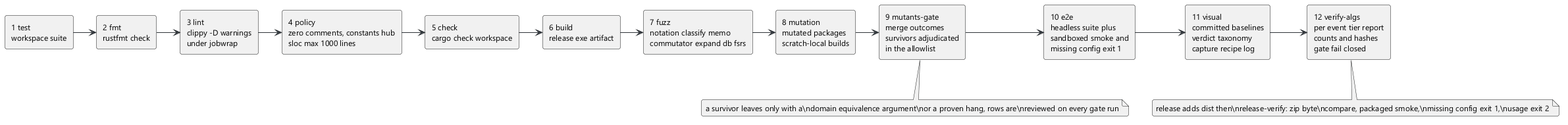
Above: docs/diagrams/10-verification-chain.png in lavantien/blind-trainer (PlantUML), before the change.
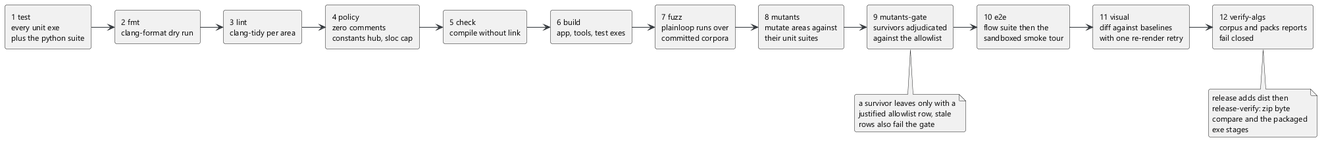
After the change.

The edit, as a diff of the source:
```diff
@@ -5,18 +5,18 @@
 skinparam roundCorner 6
 skinparam ArrowColor #2f3439
 skinparam NoteBackgroundColor #f4f5f6
-rectangle "1 test\nworkspace suite" as s1
-rectangle "2 fmt\nrustfmt check" as s2
-rectangle "3 lint\nclippy -D warnings\nunder jobwrap" as s3
-rectangle "4 policy\nzero comments, constants hub\nsloc max 1000 lines" as s4
-rectangle "5 check\ncargo check workspace" as s5
-rectangle "6 build\nrelease exe artifact" as s6
-rectangle "7 fuzz\nnotation classify memo\ncommutator expand db fsrs" as s7
-rectangle "8 mutation\nmutated packages\nscratch-local builds" as s8
-rectangle "9 mutants-gate\nmerge outcomes\nsurvivors adjudicated\nin the allowlist" as s9
-rectangle "10 e2e\nheadless suite plus\nsandboxed smoke and\nmissing config exit 1" as s10
-rectangle "11 visual\ncommitted baselines\nverdict taxonomy\ncapture recipe log" as s11
-rectangle "12 verify-algs\nper event tier report\ncounts and hashes\ngate fail closed" as s12
+rectangle "1 test\nevery unit exe\nplus the python suite" as s1
+rectangle "2 fmt\nclang-format dry run" as s2
+rectangle "3 lint\nclang-tidy per area" as s3
+rectangle "4 policy\nzero comments\nconstants hub, sloc cap" as s4
+rectangle "5 check\ncompile without link" as s5
+rectangle "6 build\napp, tools, test exes" as s6
+rectangle "7 fuzz\nplainloop runs over\ncommitted corpora" as s7
+rectangle "8 mutants\nmutate areas against\ntheir unit suites" as s8
+rectangle "9 mutants-gate\nsurvivors adjudicated\nagainst the allowlist" as s9
+rectangle "10 e2e\nflow suite then the\nsandboxed smoke tour" as s10
+rectangle "11 visual\ndiff against baselines\nwith one re-render retry" as s11
+rectangle "12 verify-algs\ncorpus and packs reports\nfail closed" as s12
 s1 -> s2
 s2 -> s3
 s3 -> s4
@@ -29,9 +29,14 @@
 s10 -> s11
 s11 -> s12
 note bottom of s9
-  a survivor leaves only with a\ndomain equivalence argument\nor a proven hang, rows are\nreviewed on every gate run
+  a survivor leaves only with a
+  justified allowlist row, stale
+  rows also fail the gate
 end note
 note bottom of s12
-  release adds dist then\nrelease-verify: zip byte\ncompare, packaged smoke,\nmissing config exit 1,\nusage exit 2
+  release adds dist then
+  release-verify: zip byte
+  compare and the packaged
+  exe stages
 end note
 @enduml
```
